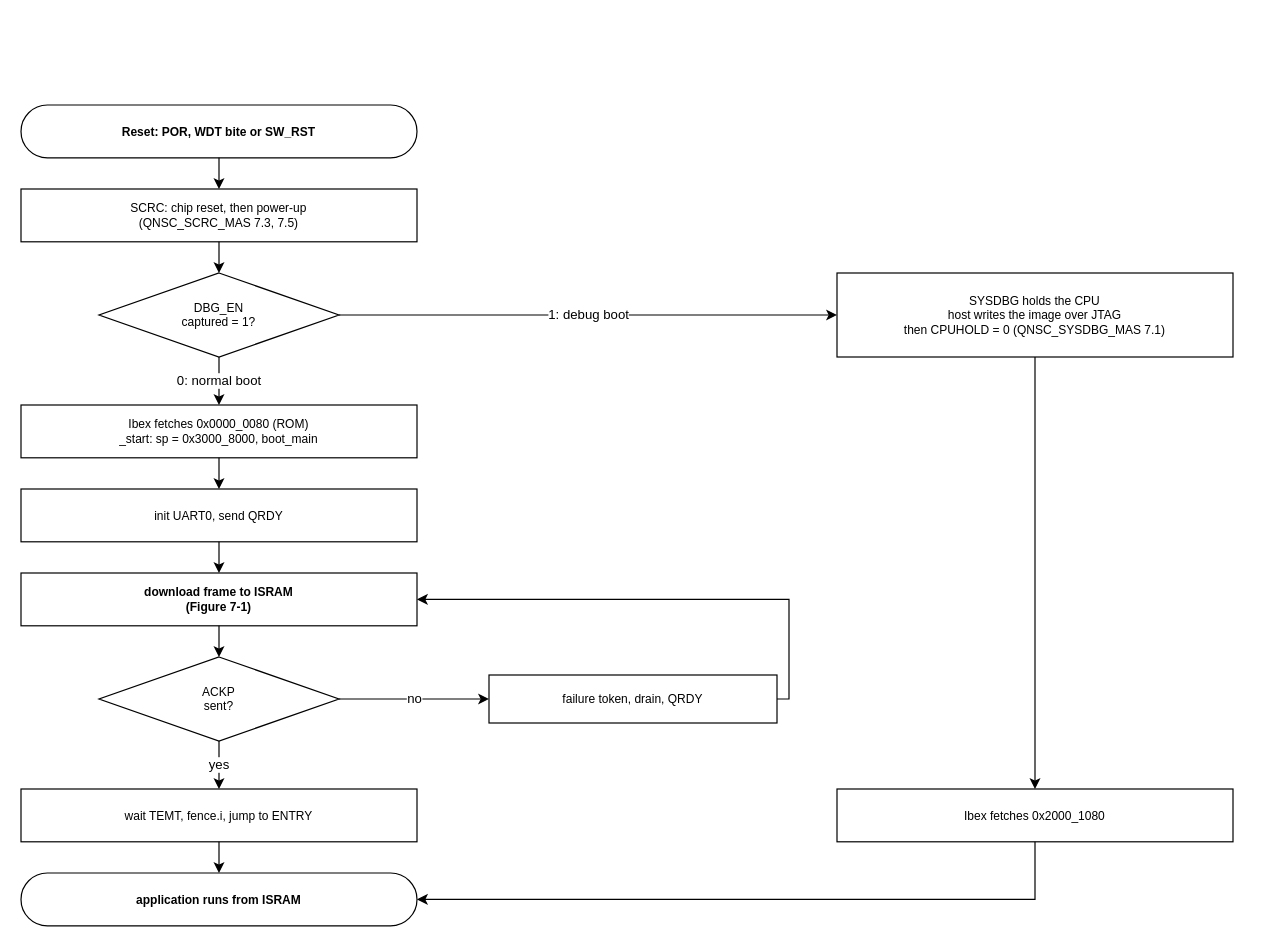
Above: page "Reset to application" (1 of 5) of doc/figures/drawio/QNSC_BOOT.drawio in quynhonsemiconductor/vlsi_deep_training (draw.io), before the change. Source tidied: cells renumbered, new cells numbered last; positions are measured from the earlier drawing's top-left corner, leaving out a move shared by most shapes. Both pictures are drawn from the tidied source at 120%, with x=0, y=0 at pixel (20, 104).
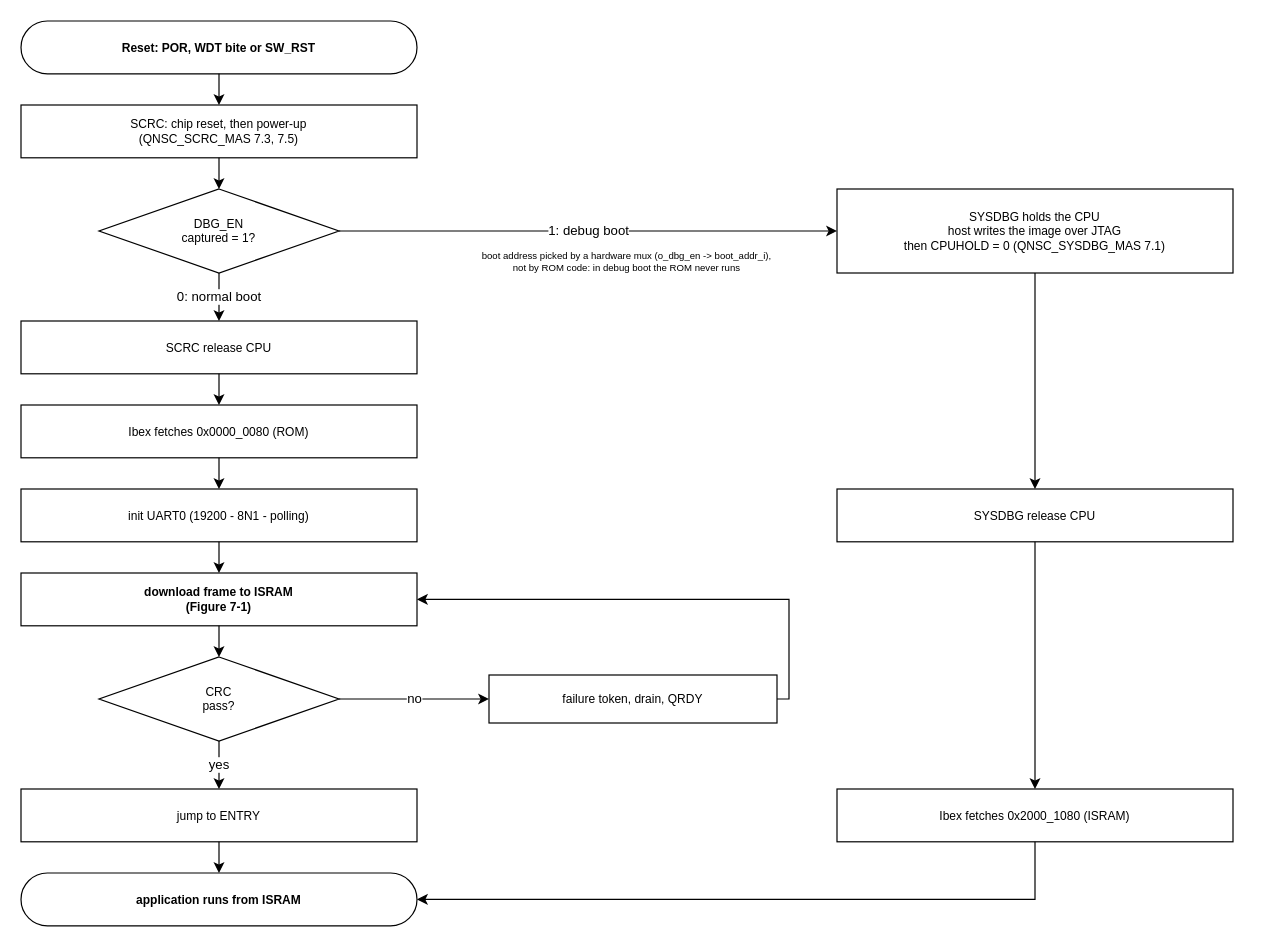
The same page after the edit.

Commit message (it also covers changes not shown here):
docs(boot): QNSC_BOOT_SPEC V3.1 from the mentor review of 29/09

Diff of the diagram source:
```diff
@@
     <mxCell id="2" value="Reset: POR, WDT bite or SW_RST" style="rounded=1;arcSize=50;whiteSpace=wrap;html=1;fillColor=#ffffff;strokeColor=#000000;fontSize=10;dashed=0;fontStyle=1;verticalAlign=middle;" parent="1" vertex="1">
-      <mxGeometry width="330" height="44" as="geometry" />
+      <mxGeometry y="-70" width="330" height="44" as="geometry" />
     </mxCell>
     <mxCell id="3" value="SCRC: chip reset, then power-up&#10;(QNSC_SCRC_MAS 7.3, 7.5)" style="rounded=0;whiteSpace=wrap;html=1;fillColor=#ffffff;strokeColor=#000000;fontSize=10;dashed=0;verticalAlign=middle;" parent="1" vertex="1">
-      <mxGeometry y="70" width="330" height="44" as="geometry" />
+      <mxGeometry width="330" height="44" as="geometry" />
     </mxCell>
     <mxCell id="4" value="DBG_EN&#10;captured = 1?" style="rhombus;whiteSpace=wrap;html=1;fillColor=#ffffff;strokeColor=#000000;fontSize=10;dashed=0;verticalAlign=middle;" parent="1" vertex="1">
-      <mxGeometry x="65" y="140" width="200" height="70" as="geometry" />
+      <mxGeometry x="65" y="70" width="200" height="70" as="geometry" />
     </mxCell>
+    <mxCell id="28" value="boot address picked by a hardware mux (o_dbg_en -&gt; boot_addr_i),&#10;not by ROM code: in debug boot the ROM never runs" style="rounded=0;whiteSpace=wrap;html=1;fillColor=none;strokeColor=none;fontSize=8;dashed=0;verticalAlign=middle;" parent="1" vertex="1">
+      <mxGeometry x="355" y="116" width="300" height="30" as="geometry" />
+    </mxCell>
+    <mxCell id="29" value="SCRC release CPU" style="rounded=0;whiteSpace=wrap;html=1;fillColor=#ffffff;strokeColor=#000000;fontSize=10;dashed=0;verticalAlign=middle;" parent="1" vertex="1">
+      <mxGeometry y="180" width="330" height="44" as="geometry" />
+    </mxCell>
-    <mxCell id="5" value="Ibex fetches 0x0000_0080 (ROM)&#10;_start: sp = 0x3000_8000, boot_main" style="rounded=0;whiteSpace=wrap;html=1;fillColor=#ffffff;strokeColor=#000000;fontSize=10;dashed=0;verticalAlign=middle;" parent="1" vertex="1">
+    <mxCell id="5" value="Ibex fetches 0x0000_0080 (ROM)" style="rounded=0;whiteSpace=wrap;html=1;fillColor=#ffffff;strokeColor=#000000;fontSize=10;dashed=0;verticalAlign=middle;" parent="1" vertex="1">
       <mxGeometry y="250" width="330" height="44" as="geometry" />
     </mxCell>
-    <mxCell id="6" value="init UART0, send QRDY" style="rounded=0;whiteSpace=wrap;html=1;fillColor=#ffffff;strokeColor=#000000;fontSize=10;dashed=0;verticalAlign=middle;" parent="1" vertex="1">
+    <mxCell id="6" value="init UART0 (19200 - 8N1 - polling)" style="rounded=0;whiteSpace=wrap;html=1;fillColor=#ffffff;strokeColor=#000000;fontSize=10;dashed=0;verticalAlign=middle;" parent="1" vertex="1">
       <mxGeometry y="320" width="330" height="44" as="geometry" />
     </mxCell>
@@
-    <mxCell id="8" value="ACKP&#10;sent?" style="rhombus;whiteSpace=wrap;html=1;fillColor=#ffffff;strokeColor=#000000;fontSize=10;dashed=0;verticalAlign=middle;" parent="1" vertex="1">
+    <mxCell id="8" value="CRC&#10;pass?" style="rhombus;whiteSpace=wrap;html=1;fillColor=#ffffff;strokeColor=#000000;fontSize=10;dashed=0;verticalAlign=middle;" parent="1" vertex="1">
       <mxGeometry x="65" y="460" width="200" height="70" as="geometry" />
     </mxCell>
-    <mxCell id="9" value="wait TEMT, fence.i, jump to ENTRY" style="rounded=0;whiteSpace=wrap;html=1;fillColor=#ffffff;strokeColor=#000000;fontSize=10;dashed=0;verticalAlign=middle;" parent="1" vertex="1">
+    <mxCell id="9" value="jump to ENTRY" style="rounded=0;whiteSpace=wrap;html=1;fillColor=#ffffff;strokeColor=#000000;fontSize=10;dashed=0;verticalAlign=middle;" parent="1" vertex="1">
       <mxGeometry y="570" width="330" height="44" as="geometry" />
     </mxCell>
@@
     <mxCell id="11" value="SYSDBG holds the CPU&#10;host writes the image over JTAG&#10;then CPUHOLD = 0 (QNSC_SYSDBG_MAS 7.1)" style="rounded=0;whiteSpace=wrap;html=1;fillColor=#ffffff;strokeColor=#000000;fontSize=10;dashed=0;verticalAlign=middle;" parent="1" vertex="1">
-      <mxGeometry x="680" y="140" width="330" height="70" as="geometry" />
+      <mxGeometry x="680" y="70" width="330" height="70" as="geometry" />
     </mxCell>
+    <mxCell id="30" value="SYSDBG release CPU" style="rounded=0;whiteSpace=wrap;html=1;fillColor=#ffffff;strokeColor=#000000;fontSize=10;dashed=0;verticalAlign=middle;" parent="1" vertex="1">
+      <mxGeometry x="680" y="320" width="330" height="44" as="geometry" />
+    </mxCell>
-    <mxCell id="12" value="Ibex fetches 0x2000_1080" style="rounded=0;whiteSpace=wrap;html=1;fillColor=#ffffff;strokeColor=#000000;fontSize=10;dashed=0;verticalAlign=middle;" parent="1" vertex="1">
+    <mxCell id="12" value="Ibex fetches 0x2000_1080 (ISRAM)" style="rounded=0;whiteSpace=wrap;html=1;fillColor=#ffffff;strokeColor=#000000;fontSize=10;dashed=0;verticalAlign=middle;" parent="1" vertex="1">
       <mxGeometry x="680" y="570" width="330" height="44" as="geometry" />
     </mxCell>
@@
-    <mxCell id="14" style="rounded=0;whiteSpace=wrap;html=1;fillColor=none;strokeColor=none;fontSize=10;dashed=0;verticalAlign=middle;" parent="1" vertex="1">
-      <mxGeometry x="1020" y="300" width="1" height="1" as="geometry" />
-    </mxCell>
@@
-    <mxCell id="17" value="0: normal boot" style="edgeStyle=orthogonalEdgeStyle;rounded=0;html=1;exitX=0.5;exitY=1.0;entryX=0.5;entryY=0.0;exitDx=0;exitDy=0;entryDx=0;entryDy=0;" parent="1" edge="1" source="4" target="5">
+    <mxCell id="17" value="0: normal boot" style="edgeStyle=orthogonalEdgeStyle;rounded=0;html=1;exitX=0.5;exitY=1.0;entryX=0.5;entryY=0.0;exitDx=0;exitDy=0;entryDx=0;entryDy=0;" parent="1" edge="1" source="4" target="29">
       <mxGeometry relative="1" as="geometry" />
     </mxCell>
@@
+    <mxCell id="31" style="edgeStyle=orthogonalEdgeStyle;rounded=0;html=1;exitX=0.5;exitY=1.0;entryX=0.5;entryY=0.0;exitDx=0;exitDy=0;entryDx=0;entryDy=0;" parent="1" edge="1" source="29" target="5">
+      <mxGeometry relative="1" as="geometry" />
+    </mxCell>
@@
-    <mxCell id="26" style="edgeStyle=orthogonalEdgeStyle;rounded=0;html=1;exitX=0.5;exitY=1.0;entryX=0.5;entryY=0.0;exitDx=0;exitDy=0;entryDx=0;entryDy=0;" parent="1" edge="1" source="11" target="12">
-      <mxGeometry relative="1" as="geometry" />
-    </mxCell>
+    <mxCell id="32" style="edgeStyle=orthogonalEdgeStyle;rounded=0;html=1;exitX=0.5;exitY=1.0;entryX=0.5;entryY=0.0;exitDx=0;exitDy=0;entryDx=0;entryDy=0;" parent="1" edge="1" source="11" target="30">
+      <mxGeometry relative="1" as="geometry" />
+    </mxCell>
+    <mxCell id="33" style="edgeStyle=orthogonalEdgeStyle;rounded=0;html=1;exitX=0.5;exitY=1.0;entryX=0.5;entryY=0.0;exitDx=0;exitDy=0;entryDx=0;entryDy=0;" parent="1" edge="1" source="30" target="12">
+      <mxGeometry relative="1" as="geometry" />
+    </mxCell>
```
